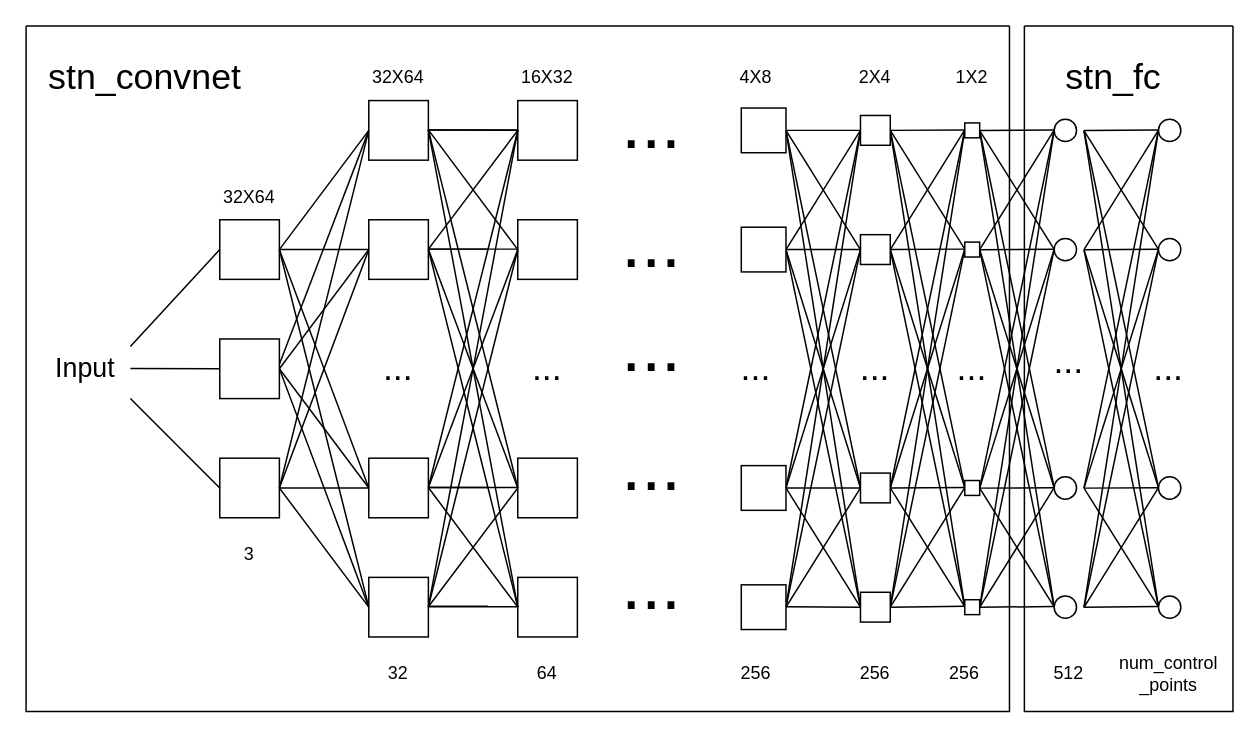
The draw.io diagram thesis_rectify.drawio in Dong-J93/_pictures, before the edit. Source tidied: cells renumbered, new cells numbered last; positions are measured from the earlier drawing's top-left corner, leaving out a move shared by most shapes. Both pictures are drawn from the tidied source at 149%, with x=0, y=0 at pixel (25, 25).
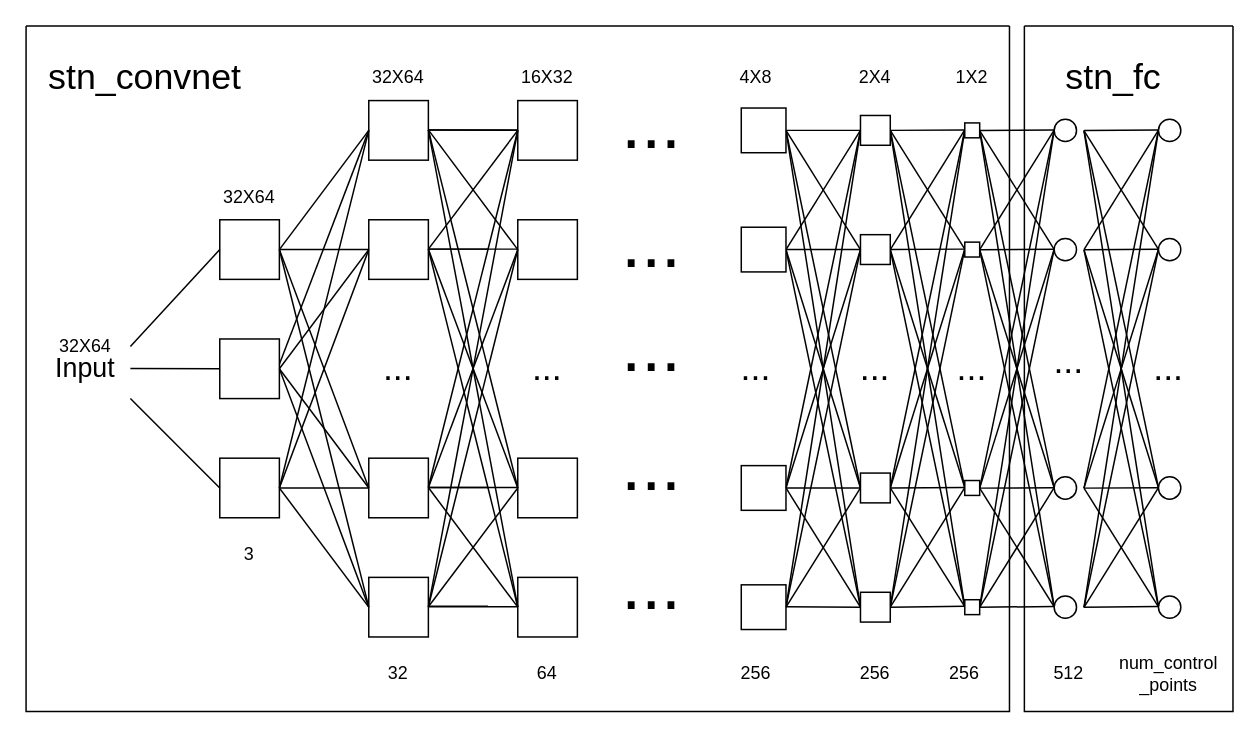
After the change.

The change refers to these unchanged cells:
```xml
<mxCell id="95" style="swimlane;startSize=0;" parent="1" vertex="1">
  <mxGeometry width="660" height="460" as="geometry" />
</mxCell>
```

Change to the diagram source:
```diff
@@
+    <mxCell id="163" value="32X64" style="text;html=1;strokeColor=none;fillColor=none;align=center;verticalAlign=middle;whiteSpace=wrap;rounded=0;" parent="95" vertex="1">
+      <mxGeometry x="10" y="200" width="60" height="30" as="geometry" />
+    </mxCell>
```
